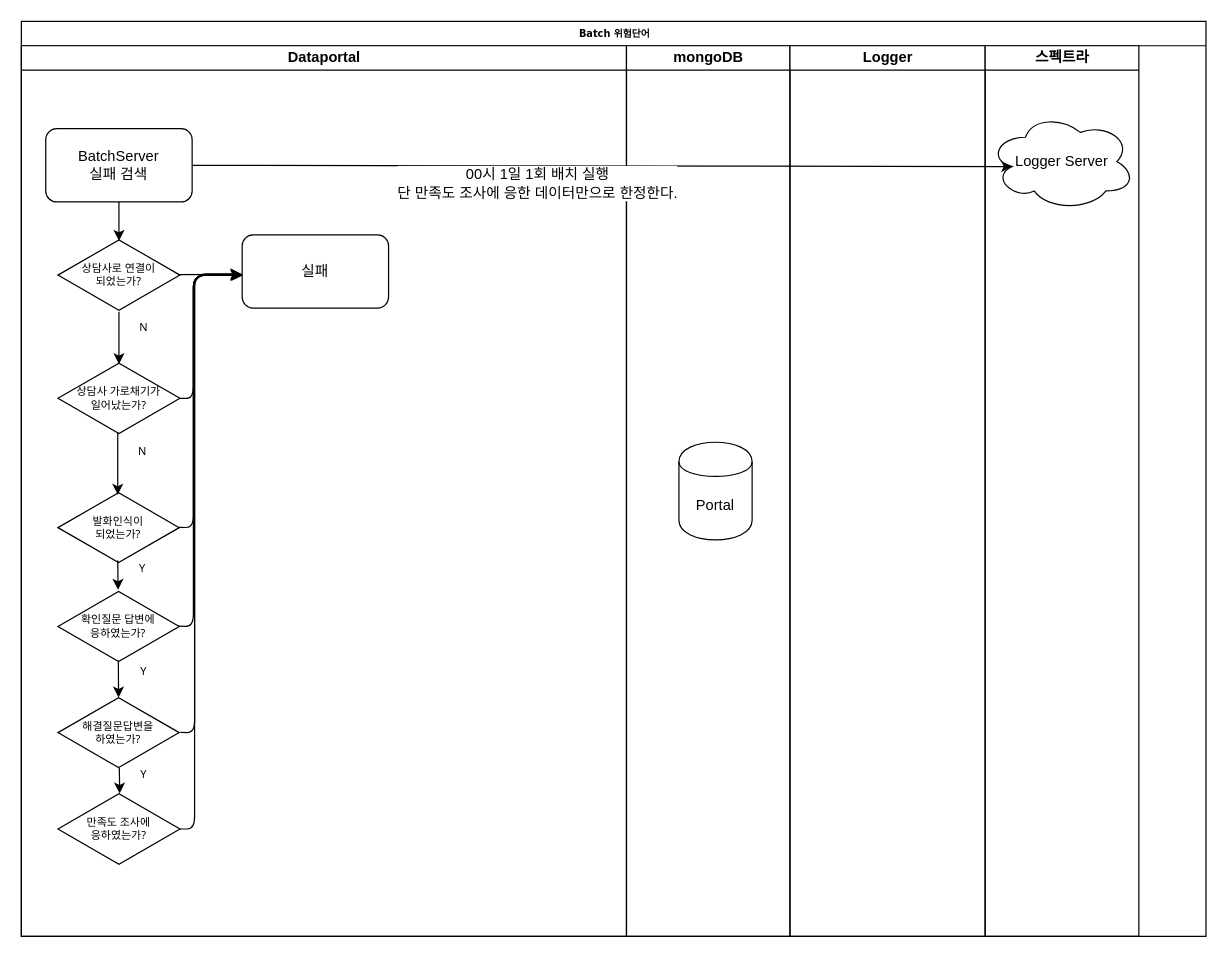
Earlier version of the draw.io diagram page "실패의심 컨텐츠" (2 of 2) of 배치.drawio (dongyoupkim/kdycorp). Source tidied: cells renumbered, new cells numbered last; positions are measured from the earlier drawing's top-left corner, leaving out a move shared by most shapes. Both pictures are drawn from the tidied source at 122%, with x=0, y=0 at pixel (21, 21).
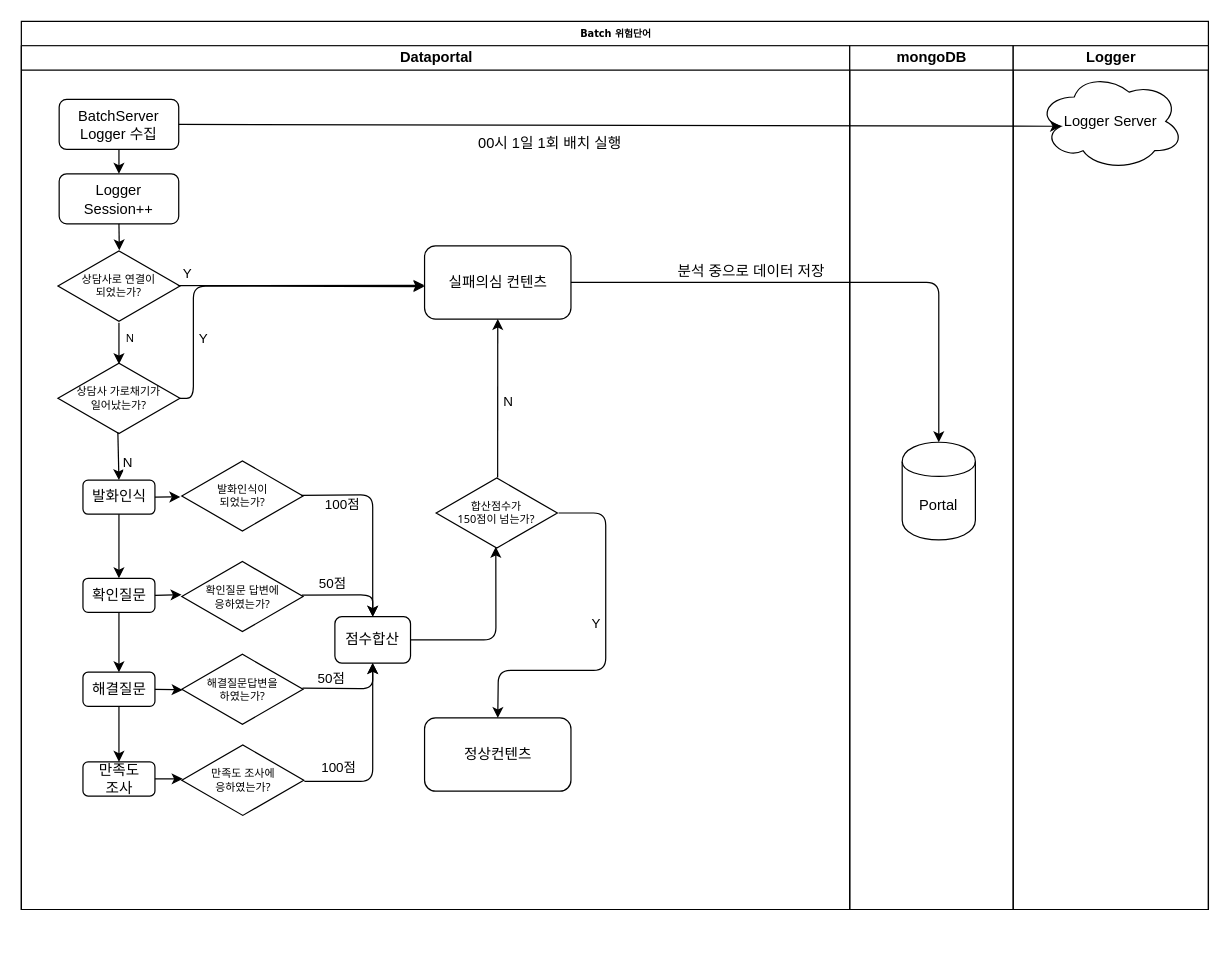
The same page after the edit.

Commit message:
배치.drawio 업데이트

The change refers to these unchanged cells:
```xml
<mxCell id="5" value="상담사 가로채기가&lt;br&gt;일어났는가?" style="html=1;whiteSpace=wrap;shape=isoRectangle;fontFamily=Tahoma;fontSize=9;" parent="3" vertex="1">
  <mxGeometry x="30" y="259" width="100" height="60" as="geometry" />
</mxCell>
<mxCell id="22" value="Portal" style="shape=cylinder;whiteSpace=wrap;html=1;boundedLbl=1;backgroundOutline=1;" parent="21" vertex="1">
  <mxGeometry x="43" y="325" width="60" height="80" as="geometry" />
</mxCell>
<mxCell id="28" style="endArrow=classic;html=1;entryX=0.16;entryY=0.55;entryDx=0;entryDy=0;entryPerimeter=0;exitX=1;exitY=0.5;exitDx=0;exitDy=0;" parent="1" edge="1" source="26" target="25">
  <mxGeometry relative="1" as="geometry" />
</mxCell>
```

What changed in the source:
```diff
@@
     <mxCell id="2" value="Batch 위험단어" style="swimlane;html=1;startSize=20;rounded=0;shadow=0;labelBackgroundColor=none;strokeColor=#000000;strokeWidth=1;fillColor=#ffffff;fontFamily=Verdana;fontSize=8;fontColor=#000000;align=center;" parent="1" vertex="1">
-      <mxGeometry width="971" height="750" as="geometry" />
+      <mxGeometry width="973" height="728" as="geometry" />
     </mxCell>
     <mxCell id="3" value="Dataportal" style="swimlane;html=1;startSize=20;" parent="2" vertex="1">
-      <mxGeometry y="20" width="496" height="730" as="geometry" />
+      <mxGeometry y="20" width="679" height="708" as="geometry" />
     </mxCell>
     <mxCell id="4" value="상담사로 연결이&lt;br&gt;되었는가?" style="html=1;whiteSpace=wrap;shape=isoRectangle;fontFamily=Tahoma;fontSize=9;" parent="3" vertex="1">
-      <mxGeometry x="30" y="158" width="100" height="60" as="geometry" />
+      <mxGeometry x="30" y="167" width="100" height="60" as="geometry" />
     </mxCell>
@@
     <mxCell id="6" value="해결질문답변을&lt;br&gt;하였는가?" style="html=1;whiteSpace=wrap;shape=isoRectangle;fontFamily=Tahoma;fontSize=9;" parent="3" vertex="1">
-      <mxGeometry x="30" y="533" width="99.4" height="60" as="geometry" />
+      <mxGeometry x="131.5" y="497.5" width="99.4" height="60" as="geometry" />
     </mxCell>
     <mxCell id="7" value="만족도 조사에&lt;br&gt;응하였는가?" style="html=1;whiteSpace=wrap;shape=isoRectangle;fontFamily=Tahoma;fontSize=9;" parent="3" vertex="1">
-      <mxGeometry x="30" y="612" width="100" height="60" as="geometry" />
+      <mxGeometry x="131.5" y="572" width="100" height="60" as="geometry" />
     </mxCell>
     <mxCell id="8" value="N" style="endArrow=classic;html=1;fontFamily=Tahoma;fontSize=9;entryX=0.5;entryY=0.033;entryDx=0;entryDy=0;entryPerimeter=0;" parent="3" edge="1" source="4" target="5">
-      <mxGeometry x="-0.38" y="20" relative="1" as="geometry" />
+      <mxGeometry x="-0.21" y="9" relative="1" as="geometry" />
     </mxCell>
     <mxCell id="9" value="확인질문 답변에 &lt;br&gt;응하였는가?" style="html=1;whiteSpace=wrap;shape=isoRectangle;fontFamily=Tahoma;fontSize=9;" parent="3" vertex="1">
-      <mxGeometry x="30" y="446" width="99.4" height="60" as="geometry" />
+      <mxGeometry x="131.5" y="421.5" width="99.4" height="60" as="geometry" />
     </mxCell>
     <mxCell id="10" value="발화인식이&lt;br&gt;되었는가?" style="html=1;whiteSpace=wrap;shape=isoRectangle;fontFamily=Tahoma;fontSize=9;" parent="3" vertex="1">
-      <mxGeometry x="30" y="365" width="99.4" height="60" as="geometry" />
+      <mxGeometry x="131.5" y="339" width="99.4" height="60" as="geometry" />
     </mxCell>
-    <mxCell id="11" value="N" style="endArrow=classic;html=1;fontFamily=Tahoma;fontSize=9;entryX=0.493;entryY=0.05;entryDx=0;entryDy=0;entryPerimeter=0;exitX=0.49;exitY=0.967;exitDx=0;exitDy=0;exitPerimeter=0;" parent="3" edge="1" source="5" target="10">
-      <mxGeometry x="-0.38" y="20" relative="1" as="geometry" />
-    </mxCell>
-    <mxCell id="12" value="Y" style="endArrow=classic;html=1;fontFamily=Tahoma;fontSize=9;exitX=0.493;exitY=0.95;exitDx=0;exitDy=0;exitPerimeter=0;" parent="3" edge="1" source="10" target="9">
-      <mxGeometry x="-0.38" y="20" relative="1" as="geometry" />
-    </mxCell>
-    <mxCell id="13" value="Y" style="endArrow=classic;html=1;fontFamily=Tahoma;fontSize=9;exitX=0.498;exitY=0.962;exitDx=0;exitDy=0;exitPerimeter=0;entryX=0.5;entryY=0.021;entryDx=0;entryDy=0;entryPerimeter=0;" parent="3" edge="1" source="9" target="6">
-      <mxGeometry x="-0.38" y="20" relative="1" as="geometry" />
-    </mxCell>
-    <mxCell id="14" value="Y" style="endArrow=classic;html=1;fontFamily=Tahoma;fontSize=9;exitX=0.506;exitY=0.984;exitDx=0;exitDy=0;exitPerimeter=0;entryX=0.506;entryY=0.015;entryDx=0;entryDy=0;entryPerimeter=0;" parent="3" edge="1" source="6" target="7">
-      <mxGeometry x="-0.38" y="20" relative="1" as="geometry" />
-    </mxCell>
-    <mxCell id="15" value="실패" style="rounded=1;whiteSpace=wrap;html=1;" parent="3" vertex="1">
-      <mxGeometry x="181" y="155" width="120" height="60" as="geometry" />
+    <mxCell id="15" value="실패의심 컨텐츠" style="rounded=1;whiteSpace=wrap;html=1;" parent="3" vertex="1">
+      <mxGeometry x="330.5" y="164" width="120" height="60" as="geometry" />
     </mxCell>
-    <mxCell id="16" style="endArrow=classic;html=1;exitX=0.983;exitY=0.493;exitDx=0;exitDy=0;exitPerimeter=0;entryX=-0.001;entryY=0.539;entryDx=0;entryDy=0;entryPerimeter=0;" parent="3" edge="1" source="4" target="15">
-      <mxGeometry relative="1" as="geometry" />
+    <mxCell id="16" value="Y" style="endArrow=classic;html=1;exitX=0.983;exitY=0.493;exitDx=0;exitDy=0;exitPerimeter=0;entryX=-0.001;entryY=0.539;entryDx=0;entryDy=0;entryPerimeter=0;" parent="3" edge="1" source="4" target="15">
+      <mxGeometry x="-0.92" y="10" relative="1" as="geometry" />
     </mxCell>
-    <mxCell id="17" style="endArrow=classic;html=1;exitX=1;exitY=0.483;exitDx=0;exitDy=0;exitPerimeter=0;entryX=0.001;entryY=0.535;entryDx=0;entryDy=0;entryPerimeter=0;" parent="3" edge="1">
-      <mxGeometry relative="1" as="geometry">
+    <mxCell id="17" value="Y" style="endArrow=classic;html=1;exitX=1;exitY=0.483;exitDx=0;exitDy=0;exitPerimeter=0;entryX=-0.001;entryY=0.556;entryDx=0;entryDy=0;entryPerimeter=0;" parent="3" edge="1" target="15">
+      <mxGeometry x="-0.59" y="-8" relative="1" as="geometry">
         <mxPoint x="130" y="289" as="sourcePoint" />
-        <mxPoint x="181.1" y="188.1" as="targetPoint" />
         <Array as="points">
           <mxPoint x="141" y="289" />
-          <mxPoint x="141" y="188" />
+          <mxPoint x="141" y="197" />
         </Array>
       </mxGeometry>
     </mxCell>
-    <mxCell id="18" style="endArrow=classic;html=1;exitX=0.999;exitY=0.496;exitDx=0;exitDy=0;exitPerimeter=0;entryX=0.001;entryY=0.55;entryDx=0;entryDy=0;entryPerimeter=0;" parent="3" edge="1" source="10" target="15">
-      <mxGeometry relative="1" as="geometry">
-        <Array as="points">
-          <mxPoint x="141" y="395" />
-          <mxPoint x="141" y="188" />
-        </Array>
-      </mxGeometry>
-    </mxCell>
-    <mxCell id="19" style="endArrow=classic;html=1;entryX=0.005;entryY=0.552;entryDx=0;entryDy=0;entryPerimeter=0;exitX=0.993;exitY=0.496;exitDx=0;exitDy=0;exitPerimeter=0;" parent="3" edge="1" source="9" target="15">
-      <mxGeometry relative="1" as="geometry">
-        <Array as="points">
-          <mxPoint x="141" y="476" />
-          <mxPoint x="141" y="188" />
-        </Array>
-      </mxGeometry>
-    </mxCell>
-    <mxCell id="20" style="endArrow=classic;html=1;entryX=-0.006;entryY=0.534;entryDx=0;entryDy=0;entryPerimeter=0;exitX=1.009;exitY=0.498;exitDx=0;exitDy=0;exitPerimeter=0;" parent="3" edge="1" source="6" target="15">
-      <mxGeometry relative="1" as="geometry">
-        <Array as="points">
-          <mxPoint x="142" y="563" />
-          <mxPoint x="142" y="187" />
-        </Array>
-      </mxGeometry>
-    </mxCell>
+    <mxCell id="31" value="점수합산" style="rounded=1;whiteSpace=wrap;html=1;" parent="3" vertex="1">
+      <mxGeometry x="257" y="468" width="62" height="38" as="geometry" />
+    </mxCell>
+    <mxCell id="32" value="발화인식" style="rounded=1;whiteSpace=wrap;html=1;" parent="3" vertex="1">
+      <mxGeometry x="50.5" y="356" width="59" height="28" as="geometry" />
+    </mxCell>
+    <mxCell id="33" value="N" style="endArrow=classic;html=1;entryX=0.5;entryY=0;entryDx=0;entryDy=0;exitX=0.491;exitY=0.964;exitDx=0;exitDy=0;exitPerimeter=0;" parent="3" edge="1" source="5" target="32">
+      <mxGeometry x="0.3" y="7" relative="1" as="geometry" />
+    </mxCell>
+    <mxCell id="34" value="확인질문" style="rounded=1;whiteSpace=wrap;html=1;" parent="3" vertex="1">
+      <mxGeometry x="50.5" y="436.5" width="59" height="28" as="geometry" />
+    </mxCell>
+    <mxCell id="35" value="해결질문" style="rounded=1;whiteSpace=wrap;html=1;" parent="3" vertex="1">
+      <mxGeometry x="50.5" y="513.5" width="59" height="28" as="geometry" />
+    </mxCell>
+    <mxCell id="36" value="만족도&lt;br&gt;조사" style="rounded=1;whiteSpace=wrap;html=1;" parent="3" vertex="1">
+      <mxGeometry x="50.5" y="587" width="59" height="28" as="geometry" />
+    </mxCell>
+    <mxCell id="37" style="endArrow=classic;html=1;entryX=0.5;entryY=0;entryDx=0;entryDy=0;exitX=0.5;exitY=1;exitDx=0;exitDy=0;" parent="3" edge="1" source="32" target="34">
+      <mxGeometry x="0.3" y="7" relative="1" as="geometry" />
+    </mxCell>
+    <mxCell id="38" style="endArrow=classic;html=1;entryX=0.5;entryY=0;entryDx=0;entryDy=0;" parent="3" edge="1" source="34" target="35">
+      <mxGeometry x="0.3" y="7" relative="1" as="geometry" />
+    </mxCell>
+    <mxCell id="39" style="endArrow=classic;html=1;entryX=0.5;entryY=0;entryDx=0;entryDy=0;exitX=0.5;exitY=1;exitDx=0;exitDy=0;" parent="3" edge="1" source="35" target="36">
+      <mxGeometry x="0.3" y="7" relative="1" as="geometry" />
+    </mxCell>
+    <mxCell id="40" style="endArrow=classic;html=1;entryX=-0.012;entryY=0.513;entryDx=0;entryDy=0;entryPerimeter=0;exitX=1;exitY=0.5;exitDx=0;exitDy=0;" parent="3" edge="1" source="32" target="10">
+      <mxGeometry relative="1" as="geometry" />
+    </mxCell>
+    <mxCell id="41" style="endArrow=classic;html=1;entryX=-0.002;entryY=0.474;entryDx=0;entryDy=0;entryPerimeter=0;exitX=1;exitY=0.5;exitDx=0;exitDy=0;" parent="3" edge="1" source="34" target="9">
+      <mxGeometry relative="1" as="geometry" />
+    </mxCell>
+    <mxCell id="42" style="endArrow=classic;html=1;entryX=0.007;entryY=0.508;entryDx=0;entryDy=0;entryPerimeter=0;exitX=1;exitY=0.5;exitDx=0;exitDy=0;" parent="3" edge="1" source="35" target="6">
+      <mxGeometry relative="1" as="geometry" />
+    </mxCell>
+    <mxCell id="43" style="endArrow=classic;html=1;entryX=0.007;entryY=0.482;entryDx=0;entryDy=0;entryPerimeter=0;exitX=1;exitY=0.5;exitDx=0;exitDy=0;" parent="3" edge="1" source="36" target="7">
+      <mxGeometry relative="1" as="geometry" />
+    </mxCell>
+    <mxCell id="44" value="100점" style="endArrow=classic;html=1;exitX=0.985;exitY=0.491;exitDx=0;exitDy=0;exitPerimeter=0;entryX=0.5;entryY=0;entryDx=0;entryDy=0;" parent="3" edge="1" source="10" target="31">
+      <mxGeometry x="-0.57" y="-8" relative="1" as="geometry">
+        <Array as="points">
+          <mxPoint x="288" y="368" />
+        </Array>
+      </mxGeometry>
+    </mxCell>
+    <mxCell id="45" value="50점" style="endArrow=classic;html=1;exitX=0.99;exitY=0.481;exitDx=0;exitDy=0;exitPerimeter=0;entryX=0.5;entryY=0;entryDx=0;entryDy=0;" parent="3" edge="1" source="9" target="31">
+      <mxGeometry x="-0.35" y="9" relative="1" as="geometry">
+        <Array as="points">
+          <mxPoint x="288" y="450" />
+        </Array>
+      </mxGeometry>
+    </mxCell>
+    <mxCell id="46" value="50점" style="endArrow=classic;html=1;entryX=0.5;entryY=1;entryDx=0;entryDy=0;exitX=0.995;exitY=0.485;exitDx=0;exitDy=0;exitPerimeter=0;" parent="3" edge="1" source="6" target="31">
+      <mxGeometry x="0.67" y="34" relative="1" as="geometry">
+        <Array as="points">
+          <mxPoint x="288" y="527" />
+        </Array>
+      </mxGeometry>
+    </mxCell>
+    <mxCell id="47" value="100점" style="endArrow=classic;html=1;entryX=0.5;entryY=1;entryDx=0;entryDy=0;exitX=1.005;exitY=0.517;exitDx=0;exitDy=0;exitPerimeter=0;" parent="3" edge="1" source="7" target="31">
+      <mxGeometry x="-0.63" y="11" relative="1" as="geometry">
+        <Array as="points">
+          <mxPoint x="288" y="603" />
+        </Array>
+      </mxGeometry>
+    </mxCell>
+    <mxCell id="48" value="합산점수가&lt;br&gt;150점이 넘는가?" style="html=1;whiteSpace=wrap;shape=isoRectangle;fontFamily=Tahoma;fontSize=9;" parent="3" vertex="1">
+      <mxGeometry x="340" y="353" width="99.4" height="60" as="geometry" />
+    </mxCell>
+    <mxCell id="49" style="endArrow=classic;html=1;exitX=1;exitY=0.5;exitDx=0;exitDy=0;entryX=0.492;entryY=0.962;entryDx=0;entryDy=0;entryPerimeter=0;" parent="3" edge="1" source="31" target="48">
+      <mxGeometry relative="1" as="geometry">
+        <Array as="points">
+          <mxPoint x="389" y="487" />
+        </Array>
+      </mxGeometry>
+    </mxCell>
+    <mxCell id="50" value="N" style="endArrow=classic;html=1;exitX=0.507;exitY=0.014;exitDx=0;exitDy=0;exitPerimeter=0;entryX=0.5;entryY=1;entryDx=0;entryDy=0;" parent="3" edge="1" source="48" target="15">
+      <mxGeometry x="-0.05" y="-9" relative="1" as="geometry" />
+    </mxCell>
+    <mxCell id="51" value="정상컨텐츠" style="rounded=1;whiteSpace=wrap;html=1;" parent="3" vertex="1">
+      <mxGeometry x="330.5" y="551" width="120" height="60" as="geometry" />
+    </mxCell>
+    <mxCell id="52" value="Y" style="endArrow=classic;html=1;exitX=1.01;exitY=0.5;exitDx=0;exitDy=0;exitPerimeter=0;entryX=0.5;entryY=0;entryDx=0;entryDy=0;" parent="3" edge="1" source="48" target="51">
+      <mxGeometry x="-0.12" y="-8" relative="1" as="geometry">
+        <Array as="points">
+          <mxPoint x="479" y="383" />
+          <mxPoint x="479" y="512" />
+          <mxPoint x="391" y="512" />
+        </Array>
+      </mxGeometry>
+    </mxCell>
+    <mxCell id="53" value="Logger Session++" style="rounded=1;whiteSpace=wrap;html=1;" parent="3" vertex="1">
+      <mxGeometry x="31" y="105" width="98" height="41" as="geometry" />
+    </mxCell>
+    <mxCell id="54" style="endArrow=classic;html=1;exitX=0.5;exitY=1;exitDx=0;exitDy=0;entryX=0.503;entryY=0.012;entryDx=0;entryDy=0;entryPerimeter=0;" parent="3" edge="1" source="53" target="4">
+      <mxGeometry relative="1" as="geometry" />
+    </mxCell>
     <mxCell id="21" value="mongoDB" style="swimlane;html=1;startSize=20;" parent="2" vertex="1">
-      <mxGeometry x="496" y="20" width="134" height="730" as="geometry" />
+      <mxGeometry x="679" y="20" width="134" height="708" as="geometry" />
     </mxCell>
@@
     <mxCell id="23" value="Logger" style="swimlane;html=1;startSize=20;" parent="2" vertex="1">
-      <mxGeometry x="630" y="20" width="160" height="730" as="geometry" />
+      <mxGeometry x="813" y="20" width="160" height="708" as="geometry" />
     </mxCell>
-    <mxCell id="24" value="스펙트라" style="swimlane;html=1;startSize=20;" parent="2" vertex="1">
-      <mxGeometry x="790" y="20" width="126" height="730" as="geometry" />
-    </mxCell>
-    <mxCell id="25" value="Logger Server" style="ellipse;shape=cloud;whiteSpace=wrap;html=1;" parent="24" vertex="1">
-      <mxGeometry x="3" y="55" width="120" height="80" as="geometry" />
+    <mxCell id="25" value="Logger Server" style="ellipse;shape=cloud;whiteSpace=wrap;html=1;" parent="23" vertex="1">
+      <mxGeometry x="20" y="22" width="120" height="80" as="geometry" />
     </mxCell>
+    <mxCell id="55" style="endArrow=classic;html=1;exitX=1;exitY=0.5;exitDx=0;exitDy=0;entryX=0.5;entryY=0;entryDx=0;entryDy=0;" parent="2" edge="1" source="15" target="22">
+      <mxGeometry relative="1" as="geometry">
+        <Array as="points">
+          <mxPoint x="752" y="214" />
+        </Array>
+      </mxGeometry>
+    </mxCell>
+    <mxCell id="56" value="분석 중으로 데이터 저장" style="text;html=1;align=center;verticalAlign=middle;labelBackgroundColor=#ffffff;" parent="55" vertex="1">
+      <mxGeometry x="-0.18" relative="1" as="geometry">
+        <mxPoint x="-30" y="-10" as="offset" />
+      </mxGeometry>
+    </mxCell>
-    <mxCell id="26" value="BatchServer&lt;br&gt;실패 검색" style="rounded=1;whiteSpace=wrap;html=1;" parent="1" vertex="1">
-      <mxGeometry x="20" y="88" width="120" height="60" as="geometry" />
+    <mxCell id="26" value="BatchServer&lt;br&gt;Logger 수집" style="rounded=1;whiteSpace=wrap;html=1;" parent="1" vertex="1">
+      <mxGeometry x="31" y="64" width="98" height="41" as="geometry" />
     </mxCell>
-    <mxCell id="27" style="endArrow=classic;html=1;fontFamily=Tahoma;fontSize=9;entryX=0.5;entryY=0.033;entryDx=0;entryDy=0;entryPerimeter=0;exitX=0.5;exitY=1;exitDx=0;exitDy=0;" parent="1" edge="1" source="26" target="4">
-      <mxGeometry relative="1" as="geometry" />
-    </mxCell>
@@
-    <mxCell id="29" value="00시 1일 1회 배치 실행&lt;br&gt;단 만족도 조사에 응한 데이터만으로 한정한다." style="text;html=1;align=center;verticalAlign=middle;labelBackgroundColor=#ffffff;" parent="28" vertex="1">
+    <mxCell id="29" value="00시 1일 1회 배치 실행" style="text;html=1;align=center;verticalAlign=middle;labelBackgroundColor=#ffffff;" parent="28" vertex="1">
       <mxGeometry x="-0.19" y="-1" relative="1" as="geometry">
         <mxPoint x="11" y="13" as="offset" />
       </mxGeometry>
     </mxCell>
-    <mxCell id="30" style="endArrow=classic;html=1;entryX=-0.006;entryY=0.55;entryDx=0;entryDy=0;entryPerimeter=0;" parent="1" edge="1" target="15">
-      <mxGeometry relative="1" as="geometry">
-        <mxPoint x="130" y="662" as="sourcePoint" />
-        <Array as="points">
-          <mxPoint x="142" y="662" />
-          <mxPoint x="142" y="208" />
-        </Array>
-      </mxGeometry>
-    </mxCell>
+    <mxCell id="57" style="endArrow=classic;html=1;exitX=0.5;exitY=1;exitDx=0;exitDy=0;entryX=0.5;entryY=0;entryDx=0;entryDy=0;" parent="1" edge="1" source="26" target="53">
+      <mxGeometry relative="1" as="geometry" />
+    </mxCell>
```
